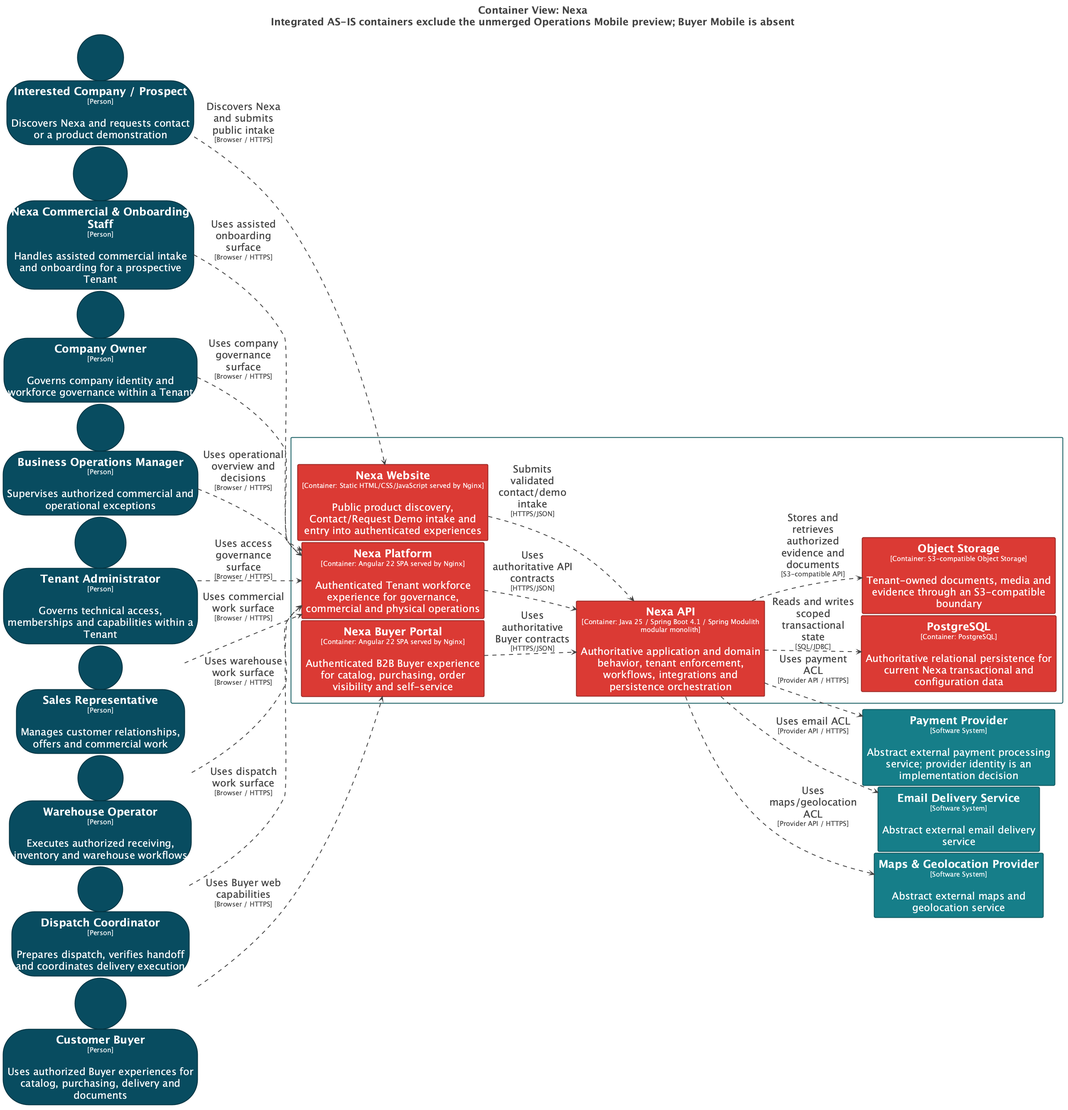
Above: 01-shared/architecture/c4/exports/l2/Nexa-Containers-ASIS.png in nexa-suite/blueprint (PlantUML), before the change.
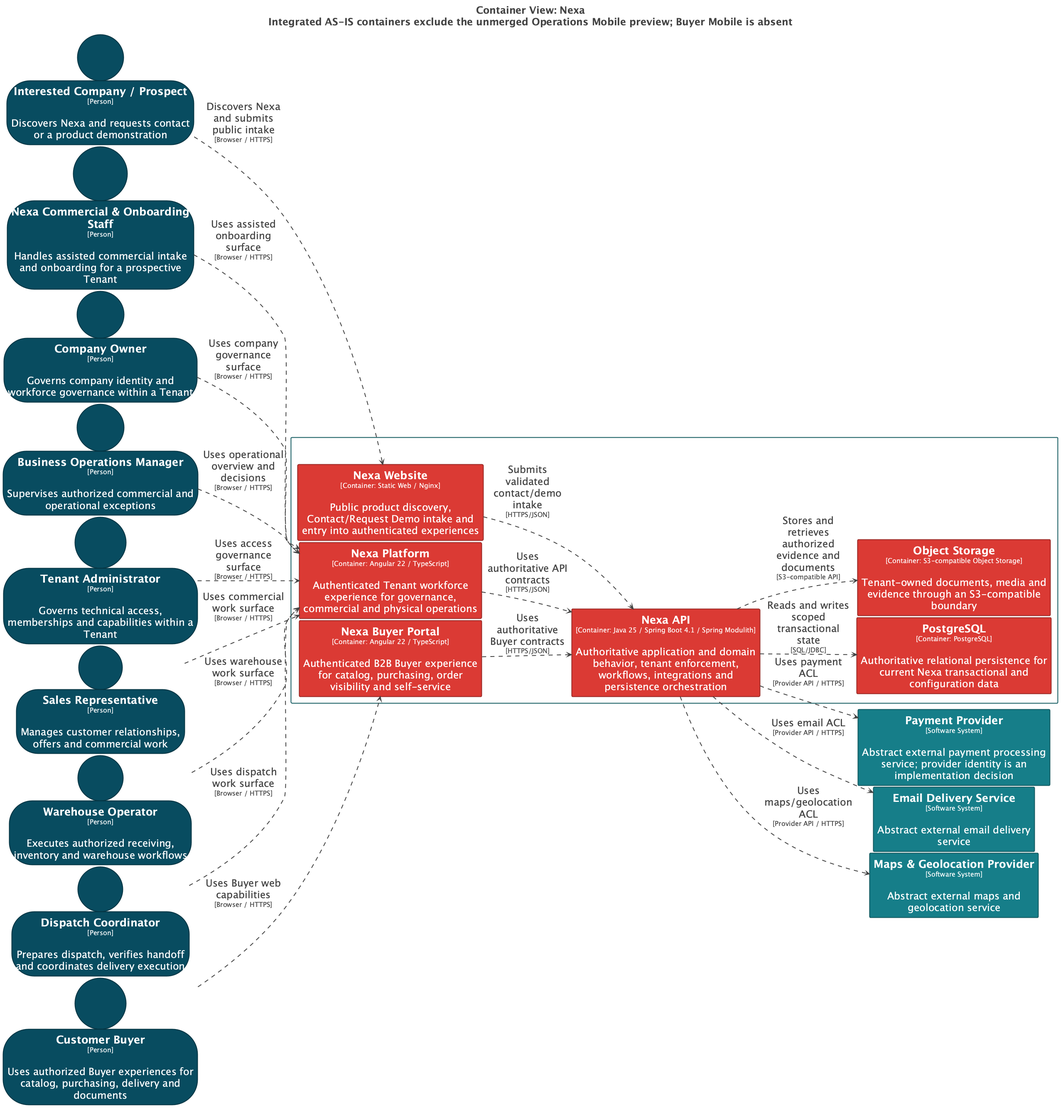
After the change.

Change to the diagram source:
```diff
@@ -84,14 +84,18 @@
 rectangle "==Maps & Geolocation Provider\n<size:16>[Software System]</size>\n\nAbstract external maps and geolocation service" <<Element-RWxlbWVudCxTb2Z0d2FyZSBTeXN0ZW0=>> as MapsGeolocationProvider
 
 rectangle "Nexa\n<size:16>[Software System]</size>" <<Boundary-TmV4YQ==>> {
-  rectangle "==Nexa Website\n<size:16>[Container: Static HTML/CSS/JavaScript served by Nginx]</size>\n\nPublic product discovery, Contact/Request Demo intake and entry into authenticated experiences" <<Element-RWxlbWVudCxDb250YWluZXI=>> as Nexa.NexaWebsite
-  rectangle "==Nexa API\n<size:16>[Container: Java 25 / Spring Boot 4.1 / Spring Modulith modular monolith]</size>\n\nAuthoritative application and domain behavior, tenant enforcement, workflows, integrations and persistence orchestration" <<Element-RWxlbWVudCxDb250YWluZXI=>> as Nexa.NexaAPI
-  rectangle "==Nexa Platform\n<size:16>[Container: Angular 22 SPA served by Nginx]</size>\n\nAuthenticated Tenant workforce experience for governance, commercial and physical operations" <<Element-RWxlbWVudCxDb250YWluZXI=>> as Nexa.NexaPlatform
-  rectangle "==Nexa Buyer Portal\n<size:16>[Container: Angular 22 SPA served by Nginx]</size>\n\nAuthenticated B2B Buyer experience for catalog, purchasing, order visibility and self-service" <<Element-RWxlbWVudCxDb250YWluZXI=>> as Nexa.NexaBuyerPortal
+  rectangle "==Nexa Website\n<size:16>[Container: Static Web / Nginx]</size>\n\nPublic product discovery, Contact/Request Demo intake and entry into authenticated experiences" <<Element-RWxlbWVudCxDb250YWluZXI=>> as Nexa.NexaWebsite
+  rectangle "==Nexa API\n<size:16>[Container: Java 25 / Spring Boot 4.1 / Spring Modulith]</size>\n\nAuthoritative application and domain behavior, tenant enforcement, workflows, integrations and persistence orchestration" <<Element-RWxlbWVudCxDb250YWluZXI=>> as Nexa.NexaAPI
+  rectangle "==Nexa Platform\n<size:16>[Container: Angular 22 / TypeScript]</size>\n\nAuthenticated Tenant workforce experience for governance, commercial and physical operations" <<Element-RWxlbWVudCxDb250YWluZXI=>> as Nexa.NexaPlatform
+  rectangle "==Nexa Buyer Portal\n<size:16>[Container: Angular 22 / TypeScript]</size>\n\nAuthenticated B2B Buyer experience for catalog, purchasing, order visibility and self-service" <<Element-RWxlbWVudCxDb250YWluZXI=>> as Nexa.NexaBuyerPortal
   rectangle "==PostgreSQL\n<size:16>[Container: PostgreSQL]</size>\n\nAuthoritative relational persistence for current Nexa transactional and configuration data" <<Element-RWxlbWVudCxDb250YWluZXI=>> as Nexa.PostgreSQL
   rectangle "==Object Storage\n<size:16>[Container: S3-compatible Object Storage]</size>\n\nTenant-owned documents, media and evidence through an S3-compatible boundary" <<Element-RWxlbWVudCxDb250YWluZXI=>> as Nexa.ObjectStorage
 }
 
+Nexa.NexaPlatform --> Nexa.NexaAPI <<Relationship-UmVsYXRpb25zaGlw>> : "Uses authoritative API contracts\n<size:16>[HTTPS/JSON]</size>"
+Nexa.NexaBuyerPortal --> Nexa.NexaAPI <<Relationship-UmVsYXRpb25zaGlw>> : "Uses authoritative Buyer contracts\n<size:16>[HTTPS/JSON]</size>"
+Nexa.NexaAPI --> Nexa.PostgreSQL <<Relationship-UmVsYXRpb25zaGlw>> : "Reads and writes scoped transactional state\n<size:16>[SQL/JDBC]</size>"
+Nexa.NexaAPI --> Nexa.ObjectStorage <<Relationship-UmVsYXRpb25zaGlw>> : "Stores and retrieves authorized evidence and documents\n<size:16>[S3-compatible API]</size>"
 Nexa.NexaAPI --> PaymentProvider <<Relationship-UmVsYXRpb25zaGlw>> : "Uses payment ACL\n<size:16>[Provider API / HTTPS]</size>"
 Nexa.NexaAPI --> EmailDeliveryService <<Relationship-UmVsYXRpb25zaGlw>> : "Uses email ACL\n<size:16>[Provider API / HTTPS]</size>"
 Nexa.NexaAPI --> MapsGeolocationProvider <<Relationship-UmVsYXRpb25zaGlw>> : "Uses maps/geolocation ACL\n<size:16>[Provider API / HTTPS]</size>"
@@ -105,9 +109,5 @@
 DispatchCoordinator --> Nexa.NexaPlatform <<Relationship-UmVsYXRpb25zaGlw>> : "Uses dispatch work surface\n<size:16>[Browser / HTTPS]</size>"
 CustomerBuyer --> Nexa.NexaBuyerPortal <<Relationship-UmVsYXRpb25zaGlw>> : "Uses Buyer web capabilities\n<size:16>[Browser / HTTPS]</size>"
 Nexa.NexaWebsite --> Nexa.NexaAPI <<Relationship-UmVsYXRpb25zaGlw>> : "Submits validated contact/demo intake\n<size:16>[HTTPS/JSON]</size>"
-Nexa.NexaPlatform --> Nexa.NexaAPI <<Relationship-UmVsYXRpb25zaGlw>> : "Uses authoritative API contracts\n<size:16>[HTTPS/JSON]</size>"
-Nexa.NexaBuyerPortal --> Nexa.NexaAPI <<Relationship-UmVsYXRpb25zaGlw>> : "Uses authoritative Buyer contracts\n<size:16>[HTTPS/JSON]</size>"
-Nexa.NexaAPI --> Nexa.PostgreSQL <<Relationship-UmVsYXRpb25zaGlw>> : "Reads and writes scoped transactional state\n<size:16>[SQL/JDBC]</size>"
-Nexa.NexaAPI --> Nexa.ObjectStorage <<Relationship-UmVsYXRpb25zaGlw>> : "Stores and retrieves authorized evidence and documents\n<size:16>[S3-compatible API]</size>"
 
 @enduml
```
